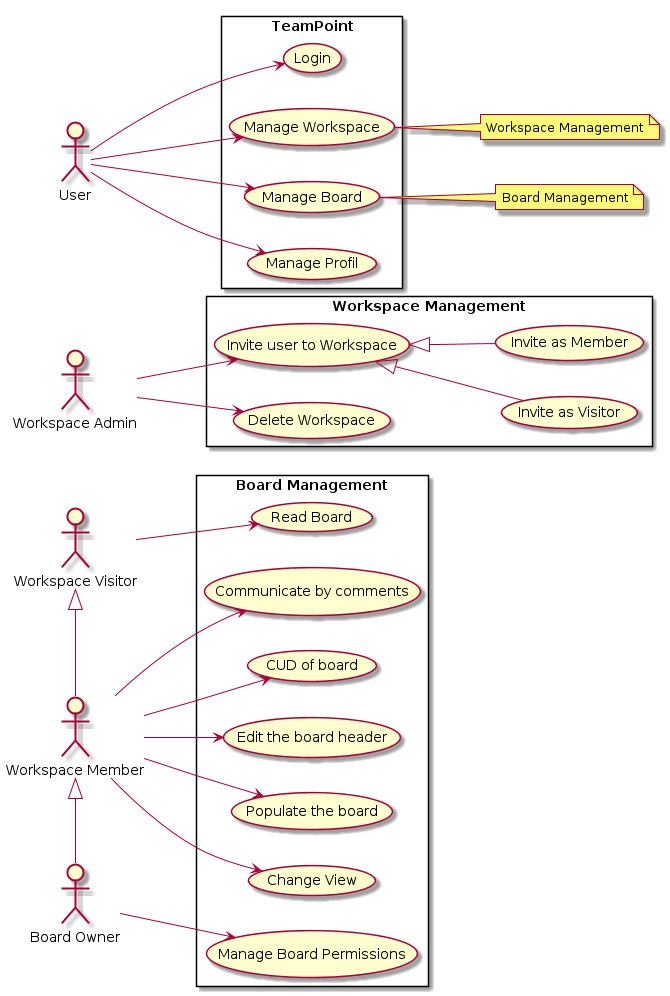
The PlantUML diagram usecase.png in tirgue/TeamPoint, before a commit. The source it was exported from:
```plantuml
@startuml
left to right direction

actor "Workspace Admin" as WorkspaceAdmin
actor User
actor "Workspace Member" as WorkspaceMember
actor "Board Owner" as BoardOwner
actor "Workspace Visitor" as WorkspaceVisitor

rectangle TeamPoint{
  usecase "Login" as UC112
  usecase "Manage Workspace" as UC110
  usecase "Manage Board" as UC111
  usecase "Manage Profil" as UC113
}
User --> UC110
User --> UC111
User --> UC112
User --> UC113
note right of (UC110)
  Workspace Management
end note
note right of (UC111)
  Board Management
end note

rectangle "Workspace Management" as Workspace_Management{
  usecase "Invite user to Workspace" as UC107
  usecase "Delete Workspace" as UC108
  usecase "Invite as Visitor" as UC114
  usecase "Invite as Member" as UC115
}
WorkspaceAdmin --> UC108
WorkspaceAdmin --> UC107
UC107 <|-- UC114
UC107 <|-- UC115

rectangle "Board Management" as Boad_Management{
  usecase "CUD of board" as UC101
  usecase "Edit the board header" as UC102
  usecase "Populate the board" as UC103
  usecase "Change View" as UC104
  usecase "Communicate by comments" as UC105
  usecase "Manage Board Permissions" as UC106
  usecase "Read Board" as UC116
}
WorkspaceMember <|-right- BoardOwner
WorkspaceVisitor <|-right- WorkspaceMember
WorkspaceMember --> UC101
WorkspaceMember --> UC103
WorkspaceMember --> UC102
WorkspaceMember --> UC104
WorkspaceMember --> UC105
BoardOwner --> UC106
WorkspaceVisitor --> UC116
@enduml
```
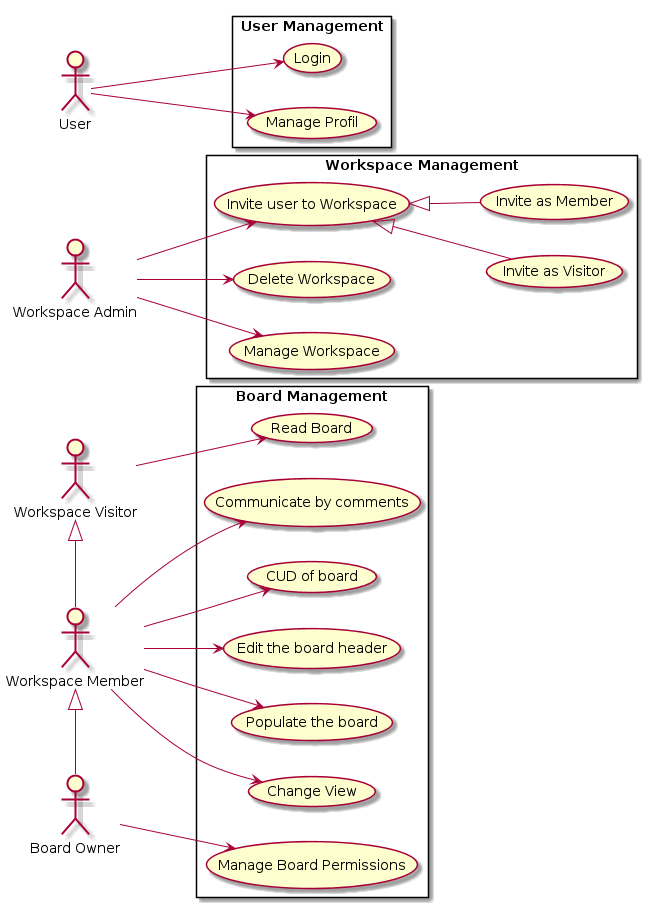
After the change.

Diff of the diagram source:
```diff
@@ -7,31 +7,23 @@
 actor "Board Owner" as BoardOwner
 actor "Workspace Visitor" as WorkspaceVisitor
 
-rectangle TeamPoint{
+rectangle "User Management" {
   usecase "Login" as UC112
-  usecase "Manage Workspace" as UC110
-  usecase "Manage Board" as UC111
   usecase "Manage Profil" as UC113
 }
-User --> UC110
-User --> UC111
 User --> UC112
 User --> UC113
-note right of (UC110)
-  Workspace Management
-end note
-note right of (UC111)
-  Board Management
-end note
 
 rectangle "Workspace Management" as Workspace_Management{
   usecase "Invite user to Workspace" as UC107
   usecase "Delete Workspace" as UC108
   usecase "Invite as Visitor" as UC114
   usecase "Invite as Member" as UC115
+  usecase "Manage Workspace" as UC110
 }
 WorkspaceAdmin --> UC108
 WorkspaceAdmin --> UC107
+WorkspaceAdmin --> UC110
 UC107 <|-- UC114
 UC107 <|-- UC115
 
```
